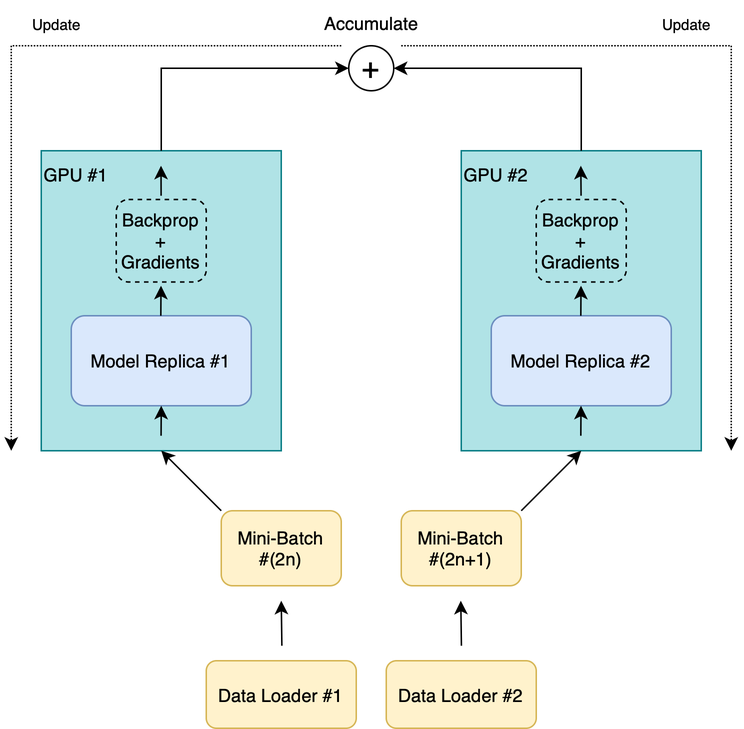
Above: docs/thesis/figures/ddp_visualization.png in TimCares/MasterThesis (draw.io), before the change. Source tidied: cells renumbered, new cells last; positions are measured from the earlier drawing's top-left corner, leaving out a move shared by most shapes.
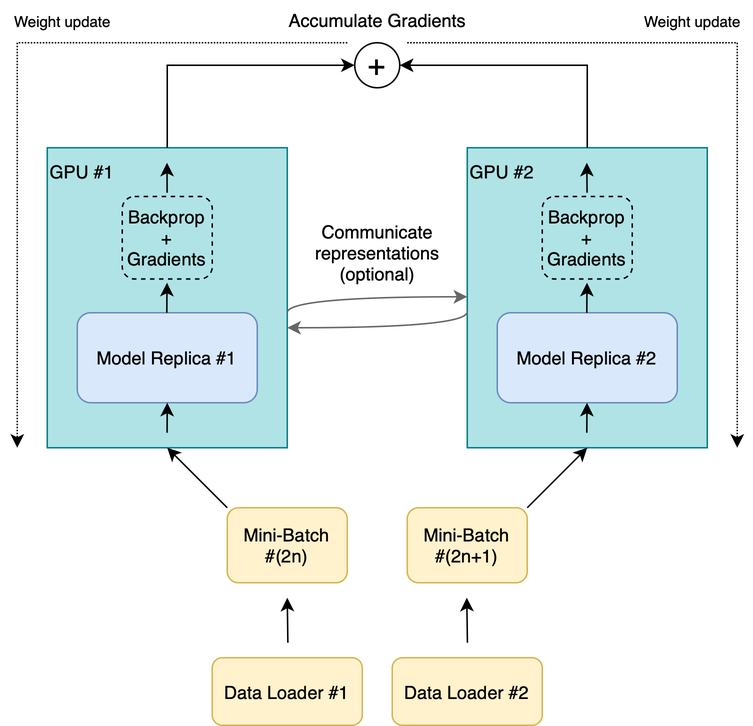
The same diagram one commit later.

The edit, as a diff of the source:
```diff
@@ -116,14 +116,14 @@
     <mxCell id="24" value="&lt;span style=&quot;white-space: nowrap;&quot;&gt;Backprop&lt;/span&gt;&lt;div style=&quot;white-space: nowrap;&quot;&gt;+&lt;/div&gt;&lt;div style=&quot;white-space: nowrap;&quot;&gt;Gradients&lt;/div&gt;" style="rounded=1;whiteSpace=wrap;html=1;dashed=1;fillColor=#B0E3E6;" parent="1" vertex="1">
       <mxGeometry x="350" y="132.5" width="60" height="55" as="geometry" />
     </mxCell>
-    <mxCell id="25" value="Accumulate" style="text;html=1;align=center;verticalAlign=middle;strokeColor=none;fillColor=none;" parent="1" vertex="1">
-      <mxGeometry x="195" width="90" height="30" as="geometry" />
+    <mxCell id="25" value="Accumulate Gradients" style="text;html=1;align=center;verticalAlign=middle;strokeColor=none;fillColor=none;" parent="1" vertex="1">
+      <mxGeometry x="172" y="2" width="136" height="26" as="geometry" />
     </mxCell>
-    <mxCell id="26" value="&lt;font style=&quot;font-size: 10px;&quot;&gt;Update&lt;/font&gt;" style="text;html=1;align=center;verticalAlign=middle;strokeColor=none;fillColor=none;" parent="1" vertex="1">
-      <mxGeometry width="60" height="30" as="geometry" />
+    <mxCell id="26" value="&lt;font style=&quot;font-size: 10px;&quot;&gt;Weight update&lt;/font&gt;" style="text;html=1;align=center;verticalAlign=middle;strokeColor=none;fillColor=none;" parent="1" vertex="1">
+      <mxGeometry x="-11" y="2" width="82" height="26" as="geometry" />
     </mxCell>
-    <mxCell id="27" value="&lt;font style=&quot;font-size: 10px;&quot;&gt;Update&lt;/font&gt;" style="text;html=1;align=center;verticalAlign=middle;strokeColor=none;fillColor=none;" parent="1" vertex="1">
-      <mxGeometry x="420" width="60" height="30" as="geometry" />
+    <mxCell id="27" value="&lt;span style=&quot;font-size: 10px;&quot;&gt;Weight update&lt;/span&gt;" style="text;html=1;align=center;verticalAlign=middle;strokeColor=none;fillColor=none;" parent="1" vertex="1">
+      <mxGeometry x="409" y="2" width="82" height="26" as="geometry" />
     </mxCell>
     <mxCell id="28" value="Data Loader #2" style="rounded=1;whiteSpace=wrap;html=1;fillColor=#fff2cc;strokeColor=#d6b656;" parent="1" vertex="1">
       <mxGeometry x="250" y="440" width="100" height="45" as="geometry" />
@@ -131,5 +131,28 @@
     <mxCell id="29" value="Mini-Batch&lt;div&gt;#(2n)&lt;br&gt;&lt;/div&gt;" style="rounded=1;whiteSpace=wrap;html=1;fillColor=#fff2cc;strokeColor=#d6b656;" parent="1" vertex="1">
       <mxGeometry x="140" y="340" width="80" height="50" as="geometry" />
     </mxCell>
+    <mxCell id="30" style="endArrow=classic;html=1;rounded=0;edgeStyle=orthogonalEdgeStyle;curved=1;fillColor=#f5f5f5;strokeColor=#666666;" parent="1" edge="1">
+      <mxGeometry relative="1" as="geometry">
+        <mxPoint x="300" y="209.3" as="sourcePoint" />
+        <mxPoint x="180" y="220" as="targetPoint" />
+        <Array as="points">
+          <mxPoint x="300" y="220" />
+          <mxPoint x="180" y="220" />
+        </Array>
+      </mxGeometry>
+    </mxCell>
+    <mxCell id="31" style="endArrow=classic;html=1;rounded=0;edgeStyle=orthogonalEdgeStyle;curved=1;fillColor=#f5f5f5;strokeColor=#666666;" parent="1" edge="1">
+      <mxGeometry relative="1" as="geometry">
+        <mxPoint x="180" y="210" as="sourcePoint" />
+        <mxPoint x="300" y="199.3" as="targetPoint" />
+        <Array as="points">
+          <mxPoint x="180" y="199.3" />
+          <mxPoint x="300" y="199.3" />
+        </Array>
+      </mxGeometry>
+    </mxCell>
+    <mxCell id="32" value="Communicate&lt;div&gt;representations&lt;/div&gt;&lt;div&gt;(optional)&lt;/div&gt;" style="text;html=1;align=center;verticalAlign=middle;strokeColor=none;fillColor=none;" parent="1" vertex="1">
+      <mxGeometry x="185" y="140" width="110" height="60" as="geometry" />
+    </mxCell>
   </root>
 </mxGraphModel>
```
